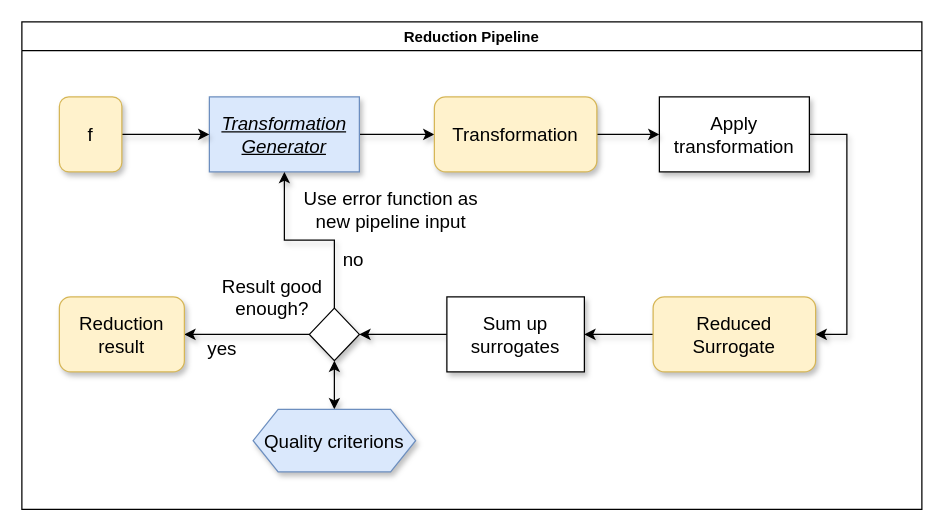
crschnick/Master-Thesis keeps this draw.io diagram as graphics/ReductionPipeline.drawio. Above is the earlier version. Source tidied: cells renumbered, new cells numbered last; positions are measured from the earlier drawing's top-left corner, leaving out a move shared by most shapes. Both pictures are drawn from the tidied source at 125%, with x=0, y=0 at pixel (21, 21).
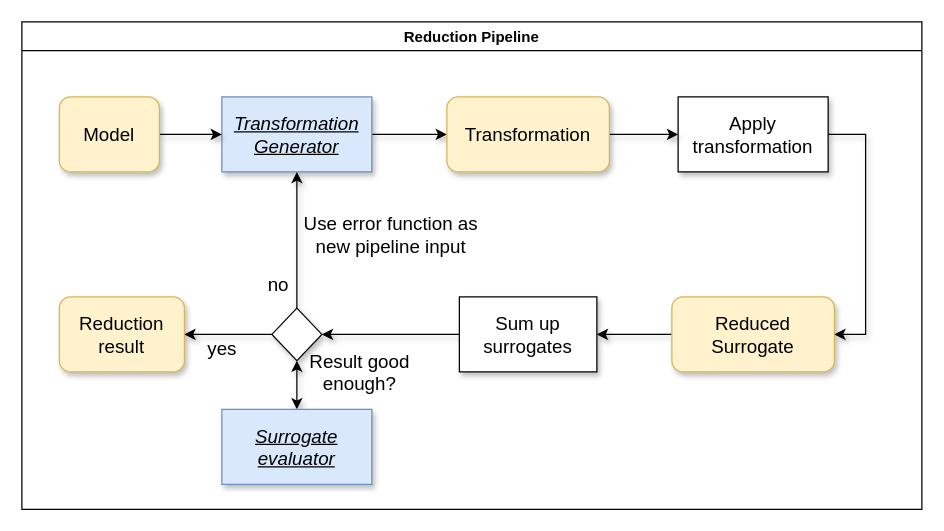
After the change.

The change refers to these unchanged cells:
```xml
<mxCell id="2" value="Reduction Pipeline" style="swimlane;sketch=0;startSize=23;" parent="1" vertex="1">
  <mxGeometry width="720" height="390" as="geometry" />
</mxCell>
```

Change to the diagram source:
```diff
@@
     <mxCell id="4" value="&lt;i style=&quot;font-size: 15px;&quot;&gt;&lt;u style=&quot;font-size: 15px;&quot;&gt;Transformation Generator&lt;br style=&quot;font-size: 15px;&quot;&gt;&lt;/u&gt;&lt;/i&gt;" style="rounded=0;whiteSpace=wrap;html=1;sketch=0;fillColor=#dae8fc;strokeColor=#6c8ebf;fontSize=15;shadow=1;" parent="2" vertex="1">
-      <mxGeometry x="150" y="60" width="120" height="60" as="geometry" />
+      <mxGeometry x="160" y="60" width="120" height="60" as="geometry" />
     </mxCell>
@@
-    <mxCell id="6" value="&lt;font style=&quot;font-size: 15px;&quot;&gt;f&lt;/font&gt;" style="rounded=1;whiteSpace=wrap;html=1;sketch=0;fillColor=#fff2cc;strokeColor=#d6b656;fontSize=15;shadow=1;" parent="2" vertex="1">
-      <mxGeometry x="30" y="60" width="50" height="60" as="geometry" />
+    <mxCell id="6" value="&lt;font style=&quot;font-size: 15px&quot;&gt;Model&lt;/font&gt;" style="rounded=1;whiteSpace=wrap;html=1;sketch=0;fillColor=#fff2cc;strokeColor=#d6b656;fontSize=15;shadow=1;" parent="2" vertex="1">
+      <mxGeometry x="30" y="60" width="80" height="60" as="geometry" />
     </mxCell>
     <mxCell id="7" style="edgeStyle=orthogonalEdgeStyle;rounded=0;jettySize=auto;html=1;entryX=1;entryY=0.5;entryDx=0;entryDy=0;shadow=1;fontSize=15;" parent="2" edge="1" source="8" target="12">
       <mxGeometry relative="1" as="geometry">
         <Array as="points">
-          <mxPoint x="660" y="90" />
-          <mxPoint x="660" y="250" />
+          <mxPoint x="675" y="90" />
+          <mxPoint x="675" y="250" />
         </Array>
       </mxGeometry>
     </mxCell>
     <mxCell id="8" value="Apply transformation" style="rounded=0;whiteSpace=wrap;html=1;sketch=0;fontSize=15;shadow=1;" parent="2" vertex="1">
-      <mxGeometry x="510" y="60" width="120" height="60" as="geometry" />
+      <mxGeometry x="525" y="60" width="120" height="60" as="geometry" />
     </mxCell>
@@
     <mxCell id="10" value="&lt;font style=&quot;font-size: 15px;&quot;&gt;Transformation&lt;/font&gt;" style="rounded=1;whiteSpace=wrap;html=1;sketch=0;fillColor=#fff2cc;strokeColor=#d6b656;fontSize=15;shadow=1;" parent="2" vertex="1">
-      <mxGeometry x="330" y="60" width="130" height="60" as="geometry" />
+      <mxGeometry x="340" y="60" width="130" height="60" as="geometry" />
     </mxCell>
@@
     <mxCell id="12" value="&lt;font style=&quot;font-size: 15px;&quot;&gt;Reduced Surrogate&lt;br style=&quot;font-size: 15px;&quot;&gt;&lt;/font&gt;" style="rounded=1;whiteSpace=wrap;html=1;sketch=0;fillColor=#fff2cc;strokeColor=#d6b656;fontSize=15;shadow=1;" parent="2" vertex="1">
-      <mxGeometry x="505" y="220" width="130" height="60" as="geometry" />
+      <mxGeometry x="520" y="220" width="130" height="60" as="geometry" />
     </mxCell>
     <mxCell id="13" value="&lt;div style=&quot;font-size: 15px;&quot;&gt;Result good&lt;/div&gt;&lt;div style=&quot;font-size: 15px;&quot;&gt;enough?&lt;/div&gt;" style="text;html=1;align=center;verticalAlign=middle;strokeColor=none;fontSize=15;shadow=1;" parent="2" vertex="1">
-      <mxGeometry x="150" y="200" width="100" height="40" as="geometry" />
+      <mxGeometry x="220" y="260" width="100" height="40" as="geometry" />
     </mxCell>
@@
     <mxCell id="15" value="no" style="text;html=1;align=center;verticalAlign=middle;strokeColor=none;fontSize=15;shadow=1;" parent="2" vertex="1">
-      <mxGeometry x="250" y="180" width="30" height="20" as="geometry" />
+      <mxGeometry x="190" y="200" width="30" height="20" as="geometry" />
     </mxCell>
     <mxCell id="16" value="Use error function as&lt;br&gt;new pipeline input" style="text;html=1;align=center;verticalAlign=middle;strokeColor=none;fontSize=15;shadow=1;" parent="2" vertex="1">
-      <mxGeometry x="220" y="130" width="150" height="40" as="geometry" />
+      <mxGeometry x="220" y="150" width="150" height="40" as="geometry" />
     </mxCell>
-    <mxCell id="17" style="edgeStyle=orthogonalEdgeStyle;rounded=0;jettySize=auto;html=1;entryX=0.5;entryY=1;entryDx=0;entryDy=0;fontSize=15;shadow=1;startArrow=classic;startFill=1;" parent="2" edge="1" source="18" target="23">
-      <mxGeometry relative="1" as="geometry" />
+    <mxCell id="17" style="edgeStyle=orthogonalEdgeStyle;rounded=0;jettySize=auto;html=1;entryX=0.5;entryY=1;entryDx=0;entryDy=0;fontSize=15;shadow=1;startArrow=classic;startFill=1;" parent="2" edge="1" target="23">
+      <mxGeometry relative="1" as="geometry">
+        <mxPoint x="220" y="310" as="sourcePoint" />
+      </mxGeometry>
     </mxCell>
-    <mxCell id="18" value="Quality criterions" style="shape=hexagon;perimeter=hexagonPerimeter2;whiteSpace=wrap;html=1;fixedSize=1;fillColor=#dae8fc;strokeColor=#6c8ebf;fontSize=15;shadow=1;" parent="2" vertex="1">
-      <mxGeometry x="185" y="310" width="130" height="50" as="geometry" />
-    </mxCell>
-    <mxCell id="19" style="edgeStyle=orthogonalEdgeStyle;rounded=0;jettySize=auto;html=1;entryX=1;entryY=0.5;entryDx=0;entryDy=0;shadow=1;fontSize=15;" parent="2" edge="1" source="20" target="23">
+    <mxCell id="19" style="edgeStyle=orthogonalEdgeStyle;rounded=0;jettySize=auto;html=1;entryX=1;entryY=0.5;entryDx=0;entryDy=0;shadow=1;fontSize=15;exitX=0;exitY=0.5;exitDx=0;exitDy=0;" parent="2" edge="1" source="20" target="23">
       <mxGeometry relative="1" as="geometry" />
     </mxCell>
     <mxCell id="20" value="Sum up&lt;br style=&quot;font-size: 15px;&quot;&gt;surrogates" style="rounded=0;whiteSpace=wrap;html=1;sketch=0;fontSize=15;shadow=1;" parent="2" vertex="1">
-      <mxGeometry x="340" y="220" width="110" height="60" as="geometry" />
+      <mxGeometry x="350" y="220" width="110" height="60" as="geometry" />
     </mxCell>
@@
     <mxCell id="23" style="rhombus;whiteSpace=wrap;html=1;shadow=1;sketch=0;fontSize=15;" parent="2" vertex="1">
-      <mxGeometry x="230" y="229" width="40" height="42" as="geometry" />
+      <mxGeometry x="200" y="229" width="40" height="42" as="geometry" />
     </mxCell>
@@
+    <mxCell id="25" value="&lt;i style=&quot;font-size: 15px&quot;&gt;&lt;u style=&quot;font-size: 15px&quot;&gt;Surrogate&lt;br&gt;evaluator&lt;br style=&quot;font-size: 15px&quot;&gt;&lt;/u&gt;&lt;/i&gt;" style="rounded=0;whiteSpace=wrap;html=1;sketch=0;fillColor=#dae8fc;strokeColor=#6c8ebf;fontSize=15;shadow=1;" parent="2" vertex="1">
+      <mxGeometry x="160" y="310" width="120" height="60" as="geometry" />
+    </mxCell>
```
